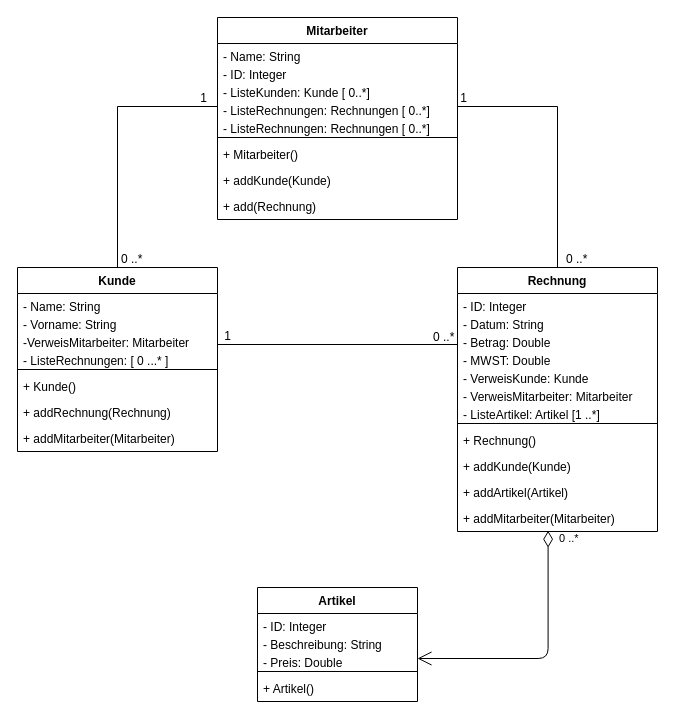
This is 2.6.5_Klassendiagramm.drawio from 12-IT-Teil1/2.6.5._UML-Klassendiagramm, a draw.io file, before an edit. Source tidied: cells renumbered, new cells numbered last; positions are measured from the earlier drawing's top-left corner, leaving out a move shared by most shapes. Both pictures are drawn from the tidied source at 100%, with x=0, y=0 at pixel (17, 17).
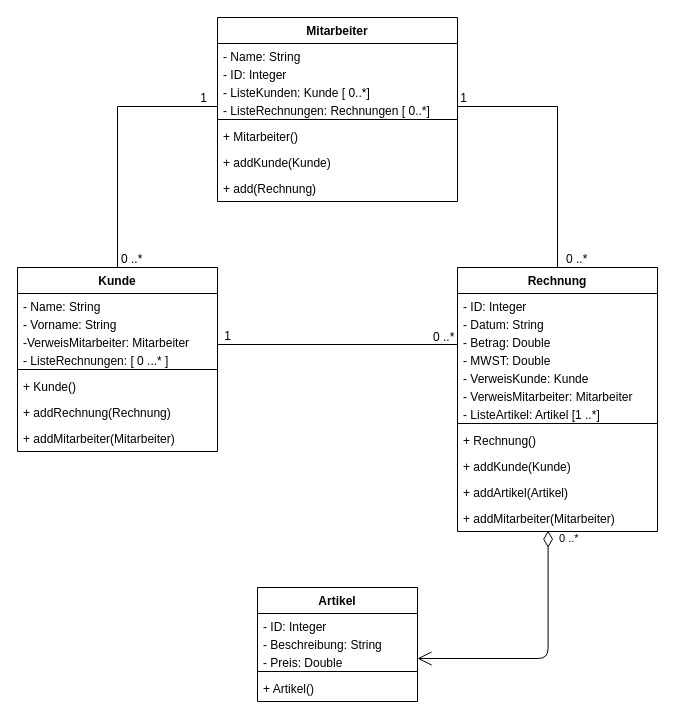
The same diagram, later.

Unchanged cells that the change refers to:
```xml
<mxCell id="12" value="Kunde" style="swimlane;fontStyle=1;align=center;verticalAlign=top;horizontal=1;startSize=26;" parent="1" vertex="1">
  <mxGeometry y="250" width="200" height="184" as="geometry" />
</mxCell>
<mxCell id="27" value="Rechnung" style="swimlane;fontStyle=1;align=center;verticalAlign=top;horizontal=1;startSize=26;" parent="1" vertex="1">
  <mxGeometry x="440" y="250" width="200" height="264" as="geometry" />
</mxCell>
```

Change to the diagram source:
```diff
@@
     <mxCell id="2" value="Mitarbeiter" style="swimlane;fontStyle=1;align=center;verticalAlign=top;horizontal=1;startSize=26;" parent="1" vertex="1">
-      <mxGeometry x="200" width="240" height="202" as="geometry" />
+      <mxGeometry x="200" width="240" height="184" as="geometry" />
     </mxCell>
@@
-    <mxCell id="6" value="- ListeRechnungen: Rechnungen [ 0..*]" style="text;strokeColor=none;fillColor=none;align=left;verticalAlign=top;spacingLeft=4;spacingRight=4;overflow=hidden;points=[[0,0.5],[1,0.5]];portConstraint=eastwest;" parent="2" vertex="1">
-      <mxGeometry y="80" width="240" height="18" as="geometry" />
-    </mxCell>
     <mxCell id="7" value="- ListeRechnungen: Rechnungen [ 0..*]" style="text;strokeColor=none;fillColor=none;align=left;verticalAlign=top;spacingLeft=4;spacingRight=4;overflow=hidden;" parent="2" vertex="1">
-      <mxGeometry y="98" width="240" height="18" as="geometry" />
+      <mxGeometry y="80" width="240" height="18" as="geometry" />
     </mxCell>
     <mxCell id="8" style="line;strokeWidth=1;fillColor=none;align=left;verticalAlign=middle;spacingTop=-1;spacingLeft=3;spacingRight=3;labelPosition=right;" parent="2" vertex="1">
-      <mxGeometry y="116" width="240" height="8" as="geometry" />
+      <mxGeometry y="98" width="240" height="8" as="geometry" />
     </mxCell>
     <mxCell id="9" value="+ Mitarbeiter()" style="text;strokeColor=none;fillColor=none;align=left;verticalAlign=top;spacingLeft=4;spacingRight=4;overflow=hidden;" parent="2" vertex="1">
-      <mxGeometry y="124" width="240" height="26" as="geometry" />
+      <mxGeometry y="106" width="240" height="26" as="geometry" />
     </mxCell>
     <mxCell id="10" value="+ addKunde(Kunde)" style="text;strokeColor=none;fillColor=none;align=left;verticalAlign=top;spacingLeft=4;spacingRight=4;overflow=hidden;" parent="2" vertex="1">
-      <mxGeometry y="150" width="240" height="26" as="geometry" />
+      <mxGeometry y="132" width="240" height="26" as="geometry" />
     </mxCell>
     <mxCell id="11" value="+ add(Rechnung)" style="text;strokeColor=none;fillColor=none;align=left;verticalAlign=top;spacingLeft=4;spacingRight=4;overflow=hidden;" parent="2" vertex="1">
-      <mxGeometry y="176" width="240" height="26" as="geometry" />
+      <mxGeometry y="158" width="240" height="26" as="geometry" />
     </mxCell>
@@
-    <mxCell id="40" style="endArrow=none;html=1;rounded=0;entryX=0;entryY=0.5;entryDx=0;entryDy=0;exitX=0.5;exitY=0;exitDx=0;exitDy=0;" parent="1" edge="1" source="12" target="6">
+    <mxCell id="40" style="endArrow=none;html=1;rounded=0;entryX=0;entryY=0.5;entryDx=0;entryDy=0;exitX=0.5;exitY=0;exitDx=0;exitDy=0;" parent="1" edge="1" source="12">
       <mxGeometry relative="1" as="geometry">
+        <mxPoint x="200" y="89" as="targetPoint" />
         <Array as="points">
           <mxPoint x="100" y="89" />
         </Array>
       </mxGeometry>
     </mxCell>
@@
-    <mxCell id="46" style="endArrow=none;html=1;rounded=0;entryX=1;entryY=0.5;entryDx=0;entryDy=0;exitX=0.5;exitY=0;exitDx=0;exitDy=0;" parent="1" edge="1" source="27" target="6">
+    <mxCell id="46" style="endArrow=none;html=1;rounded=0;entryX=1;entryY=0.5;entryDx=0;entryDy=0;exitX=0.5;exitY=0;exitDx=0;exitDy=0;" parent="1" edge="1" source="27">
       <mxGeometry relative="1" as="geometry">
+        <mxPoint x="440" y="89" as="targetPoint" />
         <Array as="points">
           <mxPoint x="540" y="89" />
         </Array>
       </mxGeometry>
     </mxCell>
```
